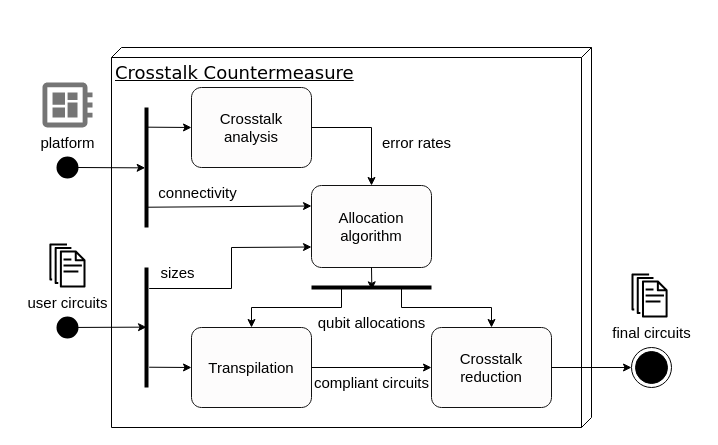
This is CrosstalkCM.drawio from yoann-marquer/Diagrams, a draw.io file, before an edit. Source tidied: cells renumbered, new cells numbered last; positions are measured from the earlier drawing's top-left corner, leaving out a move shared by most shapes. Both pictures are drawn from the tidied source at 100%, with x=0, y=0 at pixel (17, 47).
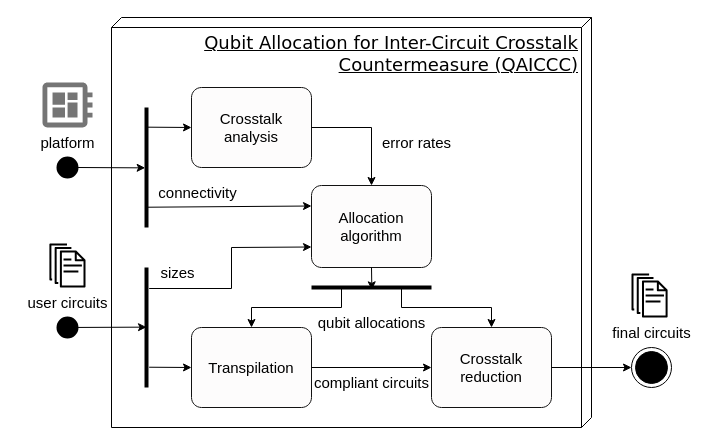
The same page after the edit.

Commit message:
update name of the approach

The edit, as a diff of the source:
```diff
@@
-    <mxCell id="2" value="&lt;div align=&quot;left&quot;&gt;&lt;font style=&quot;font-size: 18px;&quot;&gt;Crosstalk Countermeasure&lt;br&gt;&lt;/font&gt;&lt;/div&gt;" style="verticalAlign=top;align=left;spacingTop=8;spacingLeft=2;spacingRight=12;shape=cube;size=10;direction=south;fontStyle=4;html=1;rounded=0;shadow=0;comic=0;labelBackgroundColor=none;strokeWidth=1;fontFamily=Verdana;fontSize=12;fillColor=none;" parent="1" vertex="1">
-      <mxGeometry x="94" width="480" height="380" as="geometry" />
+    <mxCell id="2" value="&lt;div align=&quot;right&quot;&gt;&lt;font style=&quot;font-size: 18px;&quot;&gt;Qubit Allocation for Inter-Circuit Crosstalk&lt;/font&gt;&lt;/div&gt;&lt;div align=&quot;right&quot;&gt;&lt;font style=&quot;font-size: 18px;&quot;&gt;Countermeasure (QAICCC)&lt;br&gt;&lt;/font&gt;&lt;/div&gt;" style="verticalAlign=top;align=right;spacingTop=8;spacingLeft=2;spacingRight=12;shape=cube;size=10;direction=south;fontStyle=4;html=1;rounded=0;shadow=0;comic=0;labelBackgroundColor=none;strokeWidth=1;fontFamily=Verdana;fontSize=12;fillColor=none;" parent="1" vertex="1">
+      <mxGeometry x="94" y="-30" width="480" height="410" as="geometry" />
     </mxCell>
```
